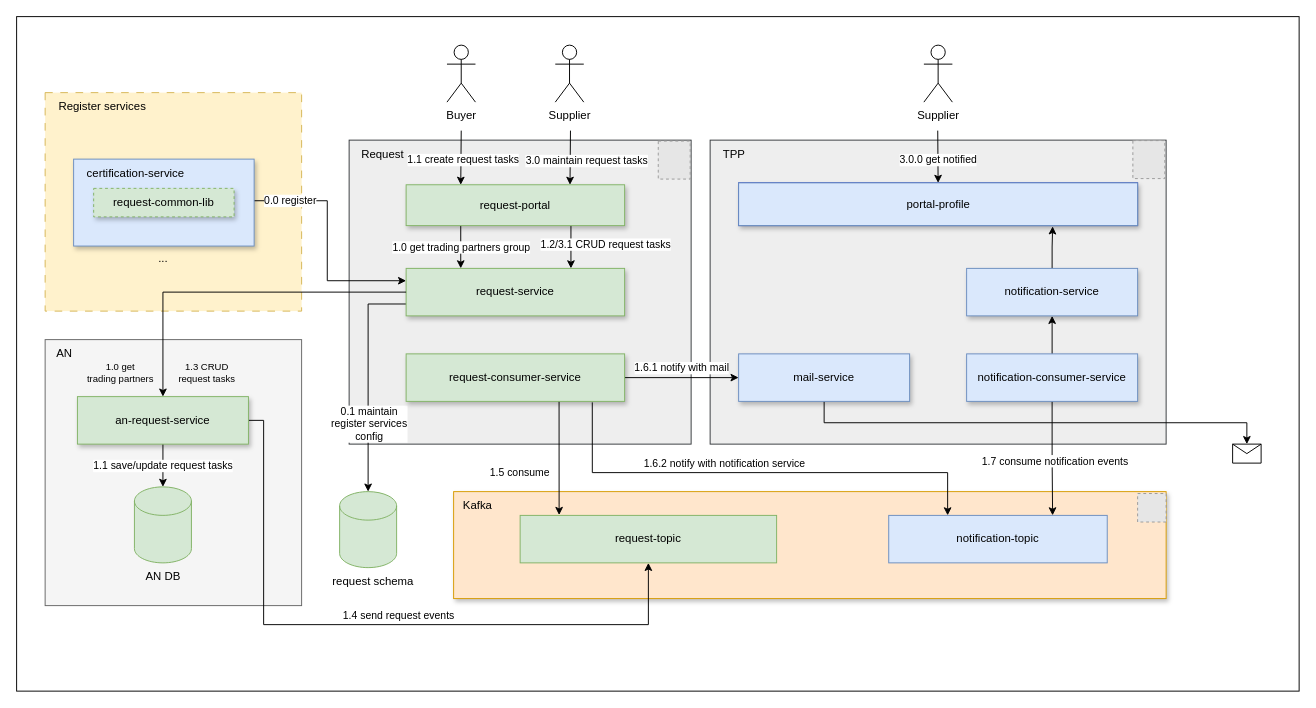
The draw.io diagram page "Page-2" (2 of 6) of request-2.drawio in huangshijie/Drawio, before the edit. Source tidied: cells renumbered, new cells numbered last; positions are measured from the earlier drawing's top-left corner, leaving out a move shared by most shapes. Both pictures are drawn from the tidied source at 95%, with x=0, y=0 at pixel (16, 16). Pictures stored in the file or linked from it are replaced by grey dashed boxes.
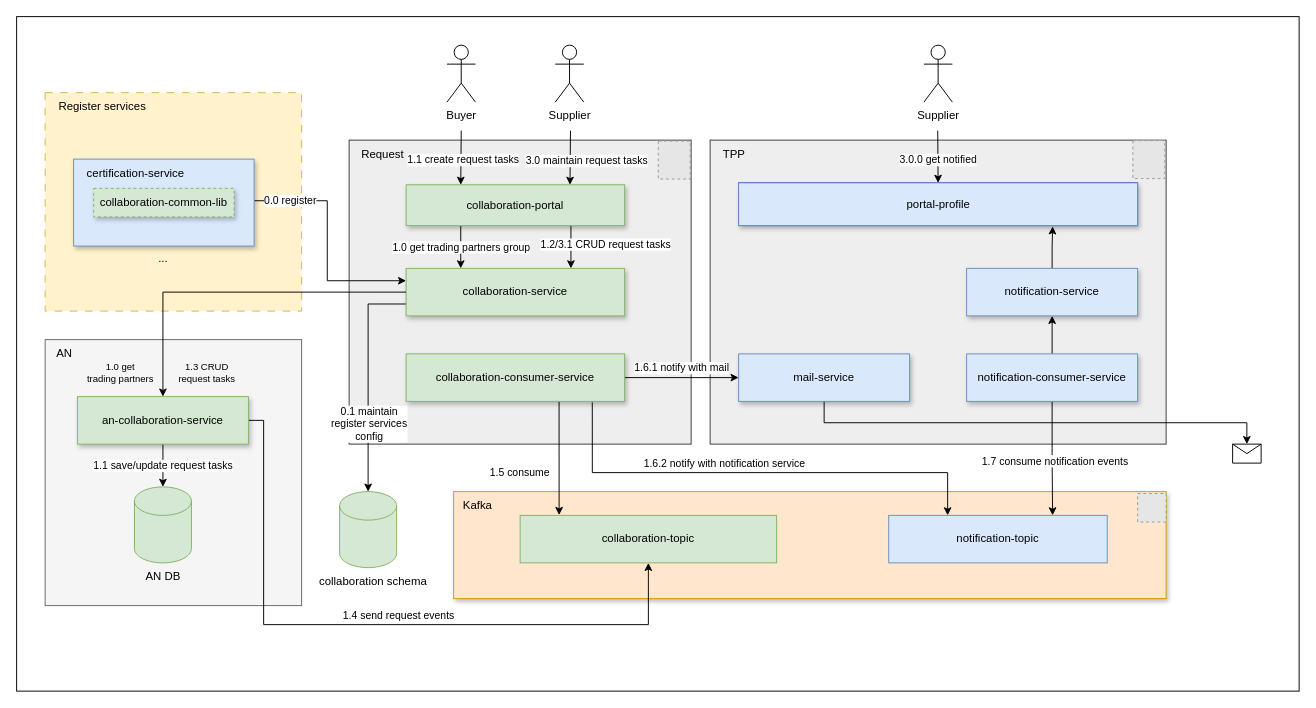
Above is the later version.

The change refers to these unchanged cells:
```xml
<mxCell id="54" style="group;" parent="1" vertex="1">
  <mxGeometry x="60" y="150" width="190" height="91.5" as="geometry" />
</mxCell>
```

What changed in the source:
```diff
@@
-    <mxCell id="13" value="request-portal" style="rounded=0;whiteSpace=wrap;html=1;fillColor=#d5e8d4;strokeColor=#82b366;shadow=1;" parent="1" vertex="1">
+    <mxCell id="13" value="collaboration-portal" style="rounded=0;whiteSpace=wrap;html=1;fillColor=#d5e8d4;strokeColor=#82b366;shadow=1;" parent="1" vertex="1">
       <mxGeometry x="410" y="177" width="230" height="43" as="geometry" />
     </mxCell>
@@
-    <mxCell id="18" value="request-service" style="rounded=0;whiteSpace=wrap;html=1;fillColor=#d5e8d4;strokeColor=#82b366;shadow=1;" parent="1" vertex="1">
+    <mxCell id="18" value="collaboration-service" style="rounded=0;whiteSpace=wrap;html=1;fillColor=#d5e8d4;strokeColor=#82b366;shadow=1;" parent="1" vertex="1">
       <mxGeometry x="410" y="265" width="230" height="50" as="geometry" />
     </mxCell>
@@
-    <mxCell id="24" value="request-consumer-service" style="rounded=0;whiteSpace=wrap;html=1;fillColor=#d5e8d4;strokeColor=#82b366;shadow=1;" parent="1" vertex="1">
+    <mxCell id="24" value="collaboration-consumer-service" style="rounded=0;whiteSpace=wrap;html=1;fillColor=#d5e8d4;strokeColor=#82b366;shadow=1;" parent="1" vertex="1">
       <mxGeometry x="410" y="355" width="230" height="50" as="geometry" />
     </mxCell>
@@
-    <mxCell id="32" value="an-request-service" style="rounded=0;whiteSpace=wrap;html=1;fillColor=#d5e8d4;strokeColor=#82b366;shadow=1;" parent="1" vertex="1">
+    <mxCell id="32" value="an-collaboration-service" style="rounded=0;whiteSpace=wrap;html=1;fillColor=#d5e8d4;strokeColor=#82b366;shadow=1;" parent="1" vertex="1">
       <mxGeometry x="64" y="400" width="180" height="50" as="geometry" />
     </mxCell>
@@
-    <mxCell id="42" value="request-topic" style="rounded=0;whiteSpace=wrap;html=1;fillColor=#d5e8d4;strokeColor=#82b366;" parent="1" vertex="1">
+    <mxCell id="42" value="collaboration-topic" style="rounded=0;whiteSpace=wrap;html=1;fillColor=#d5e8d4;strokeColor=#82b366;" parent="1" vertex="1">
       <mxGeometry x="530" y="525" width="270" height="50" as="geometry" />
     </mxCell>
@@
-    <mxCell id="53" value="request schema" style="text;html=1;align=center;verticalAlign=middle;strokeColor=none;fillColor=none;" parent="1" vertex="1">
-      <mxGeometry x="320" y="580" width="110" height="30" as="geometry" />
+    <mxCell id="53" value="collaboration&amp;nbsp;schema" style="text;html=1;align=center;verticalAlign=middle;strokeColor=none;fillColor=none;" parent="1" vertex="1">
+      <mxGeometry x="305" y="580" width="140" height="30" as="geometry" />
     </mxCell>
@@
-    <mxCell id="57" value="request-common-lib" style="rounded=0;whiteSpace=wrap;html=1;fillColor=#d5e8d4;strokeColor=#82b366;shadow=1;dashed=1;" parent="54" vertex="1">
+    <mxCell id="57" value="collaboration-common-lib" style="rounded=0;whiteSpace=wrap;html=1;fillColor=#d5e8d4;strokeColor=#82b366;shadow=1;dashed=1;" parent="54" vertex="1">
       <mxGeometry x="21.1" y="30.8" width="147.8" height="30" as="geometry" />
     </mxCell>
```
